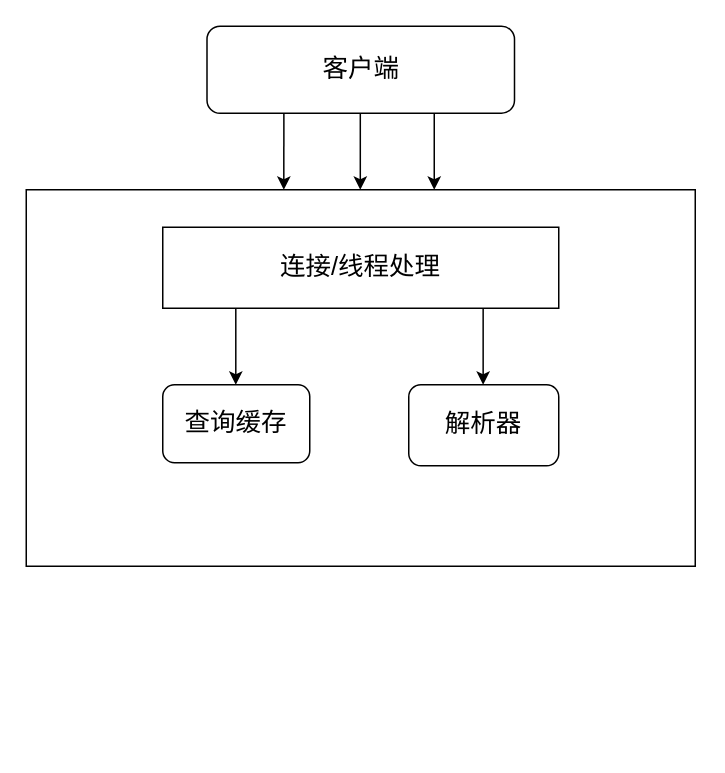
The draw.io diagram 数据库.drawio in Misgzfg/3d-phone-album, before the edit. Source tidied: cells renumbered, new cells numbered last; positions are measured from the earlier drawing's top-left corner, leaving out a move shared by most shapes. Both pictures are drawn from the tidied source at 150%, with x=0, y=0 at pixel (26, 26).
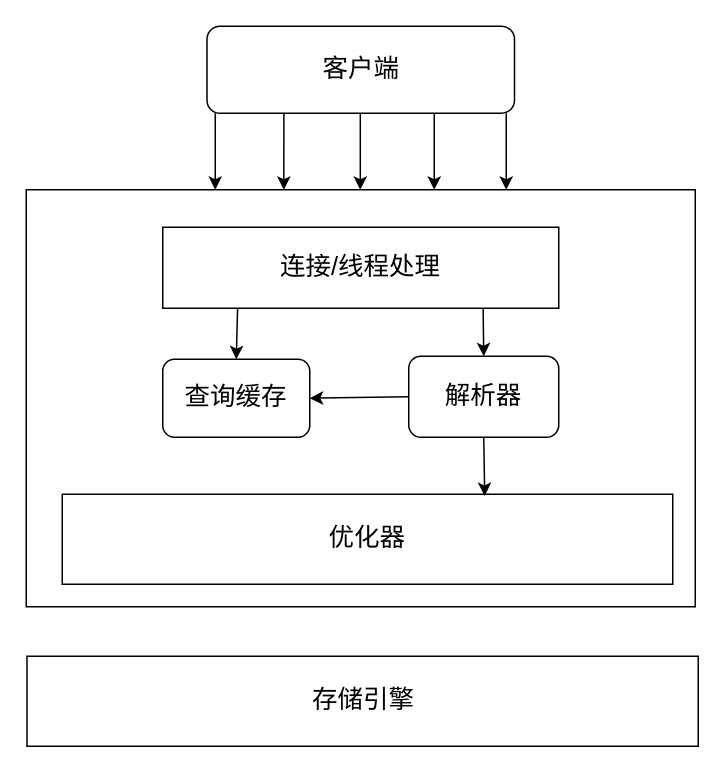
The same diagram, later.

Commit message (it also covers changes not shown here):
更新数据库.drawio

The change refers to these unchanged cells:
```xml
<mxCell id="4" value="&lt;font style=&quot;font-size: 17px;&quot; face=&quot;宋体&quot;&gt;连接/线程处理&lt;/font&gt;" style="rounded=0;whiteSpace=wrap;html=1;" parent="1" vertex="1">
  <mxGeometry x="91" y="134" width="264" height="54" as="geometry" />
</mxCell>
```

The edit, as a diff of the source:
```diff
@@
     <mxCell id="2" style="rounded=0;whiteSpace=wrap;html=1;" parent="1" vertex="1">
-      <mxGeometry y="109" width="446" height="251" as="geometry" />
+      <mxGeometry y="109" width="446" height="278" as="geometry" />
     </mxCell>
@@
     <mxCell id="8" value="&lt;font face=&quot;宋体&quot; style=&quot;font-size: 17px;&quot;&gt;查询缓存&lt;/font&gt;" style="rounded=1;whiteSpace=wrap;html=1;" parent="1" vertex="1">
-      <mxGeometry x="91" y="239" width="98" height="52" as="geometry" />
+      <mxGeometry x="91" y="222" width="98" height="52" as="geometry" />
     </mxCell>
     <mxCell id="9" value="&lt;font style=&quot;font-size: 17px;&quot; face=&quot;宋体&quot;&gt;解析器&lt;/font&gt;" style="rounded=1;whiteSpace=wrap;html=1;" parent="1" vertex="1">
-      <mxGeometry x="255" y="239" width="100" height="54" as="geometry" />
+      <mxGeometry x="255" y="220" width="100" height="54" as="geometry" />
     </mxCell>
-    <mxCell id="10" style="endArrow=classic;html=1;rounded=0;exitX=0.25;exitY=1;exitDx=0;exitDy=0;entryX=0.385;entryY=0;entryDx=0;entryDy=0;entryPerimeter=0;" parent="1" edge="1">
+    <mxCell id="10" style="endArrow=classic;html=1;rounded=0;exitX=0.25;exitY=1;exitDx=0;exitDy=0;entryX=0.5;entryY=0;entryDx=0;entryDy=0;" parent="1" edge="1" target="9">
       <mxGeometry relative="1" as="geometry">
         <mxPoint x="304.6" y="188" as="sourcePoint" />
-        <mxPoint x="304.6" y="239" as="targetPoint" />
       </mxGeometry>
     </mxCell>
-    <mxCell id="11" style="endArrow=classic;html=1;rounded=0;exitX=0.25;exitY=1;exitDx=0;exitDy=0;entryX=0.385;entryY=0;entryDx=0;entryDy=0;entryPerimeter=0;" parent="1" edge="1">
-      <mxGeometry relative="1" as="geometry">
-        <mxPoint x="139.7" y="188" as="sourcePoint" />
-        <mxPoint x="139.7" y="239" as="targetPoint" />
-      </mxGeometry>
+    <mxCell id="11" style="endArrow=classic;html=1;rounded=0;exitX=0.189;exitY=0.995;exitDx=0;exitDy=0;entryX=0.5;entryY=0;entryDx=0;entryDy=0;exitPerimeter=0;" parent="1" edge="1" source="4" target="8">
+      <mxGeometry relative="1" as="geometry" />
     </mxCell>
+    <mxCell id="12" style="endArrow=classic;html=1;rounded=0;exitX=0;exitY=0.5;exitDx=0;exitDy=0;entryX=1;entryY=0.5;entryDx=0;entryDy=0;" parent="1" edge="1" source="9" target="8">
+      <mxGeometry relative="1" as="geometry" />
+    </mxCell>
+    <mxCell id="13" value="&lt;font style=&quot;font-size: 17px;&quot; face=&quot;宋体&quot;&gt;优化器&lt;/font&gt;" style="rounded=0;whiteSpace=wrap;html=1;" parent="1" vertex="1">
+      <mxGeometry x="24" y="312" width="407" height="60" as="geometry" />
+    </mxCell>
+    <mxCell id="14" style="endArrow=classic;html=1;rounded=0;entryX=0.692;entryY=0.019;entryDx=0;entryDy=0;entryPerimeter=0;exitX=0.5;exitY=1;exitDx=0;exitDy=0;" parent="1" edge="1" source="9" target="13">
+      <mxGeometry relative="1" as="geometry" />
+    </mxCell>
+    <mxCell id="15" value="&lt;div style=&quot;text-align: justify;&quot;&gt;&lt;span style=&quot;background-color: initial;&quot;&gt;&lt;font face=&quot;宋体&quot; style=&quot;font-size: 17px;&quot;&gt;存储引擎&lt;/font&gt;&lt;/span&gt;&lt;/div&gt;" style="rounded=0;whiteSpace=wrap;html=1;" parent="1" vertex="1">
+      <mxGeometry x="0.5" y="420" width="447.5" height="60" as="geometry" />
+    </mxCell>
+    <mxCell id="16" style="endArrow=classic;html=1;rounded=0;exitX=0.25;exitY=1;exitDx=0;exitDy=0;entryX=0.385;entryY=0;entryDx=0;entryDy=0;entryPerimeter=0;" parent="1" edge="1">
+      <mxGeometry relative="1" as="geometry">
+        <mxPoint x="126" y="58" as="sourcePoint" />
+        <mxPoint x="126" y="109" as="targetPoint" />
+      </mxGeometry>
+    </mxCell>
+    <mxCell id="17" style="endArrow=classic;html=1;rounded=0;exitX=0.25;exitY=1;exitDx=0;exitDy=0;entryX=0.385;entryY=0;entryDx=0;entryDy=0;entryPerimeter=0;" parent="1" edge="1">
+      <mxGeometry relative="1" as="geometry">
+        <mxPoint x="320" y="58" as="sourcePoint" />
+        <mxPoint x="320" y="109" as="targetPoint" />
+      </mxGeometry>
+    </mxCell>
```
